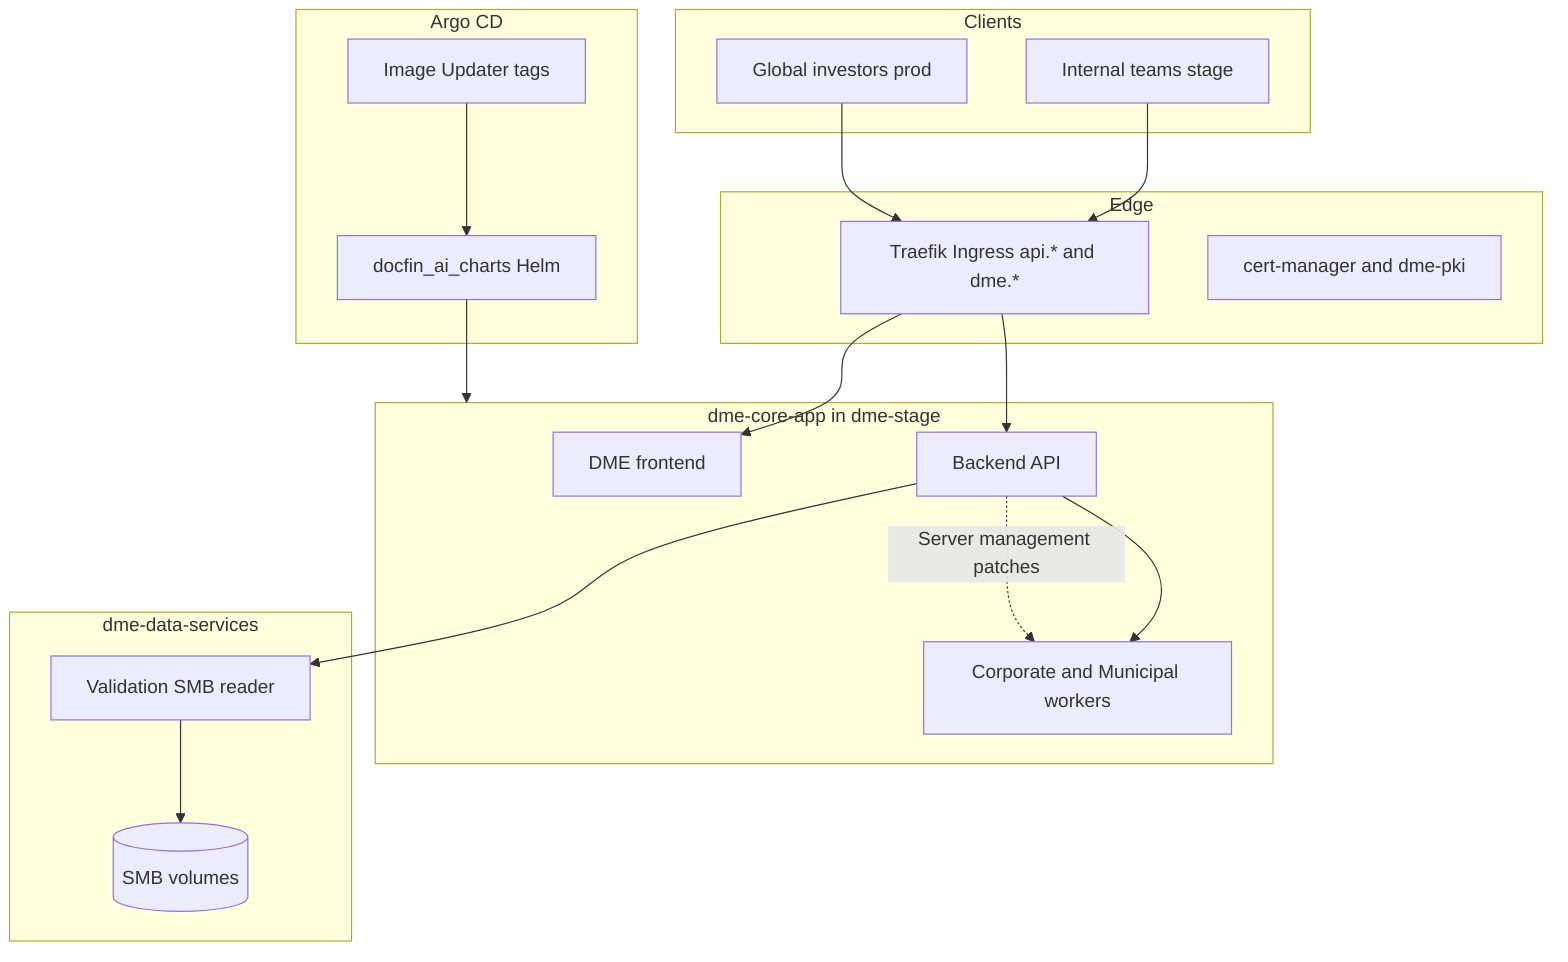
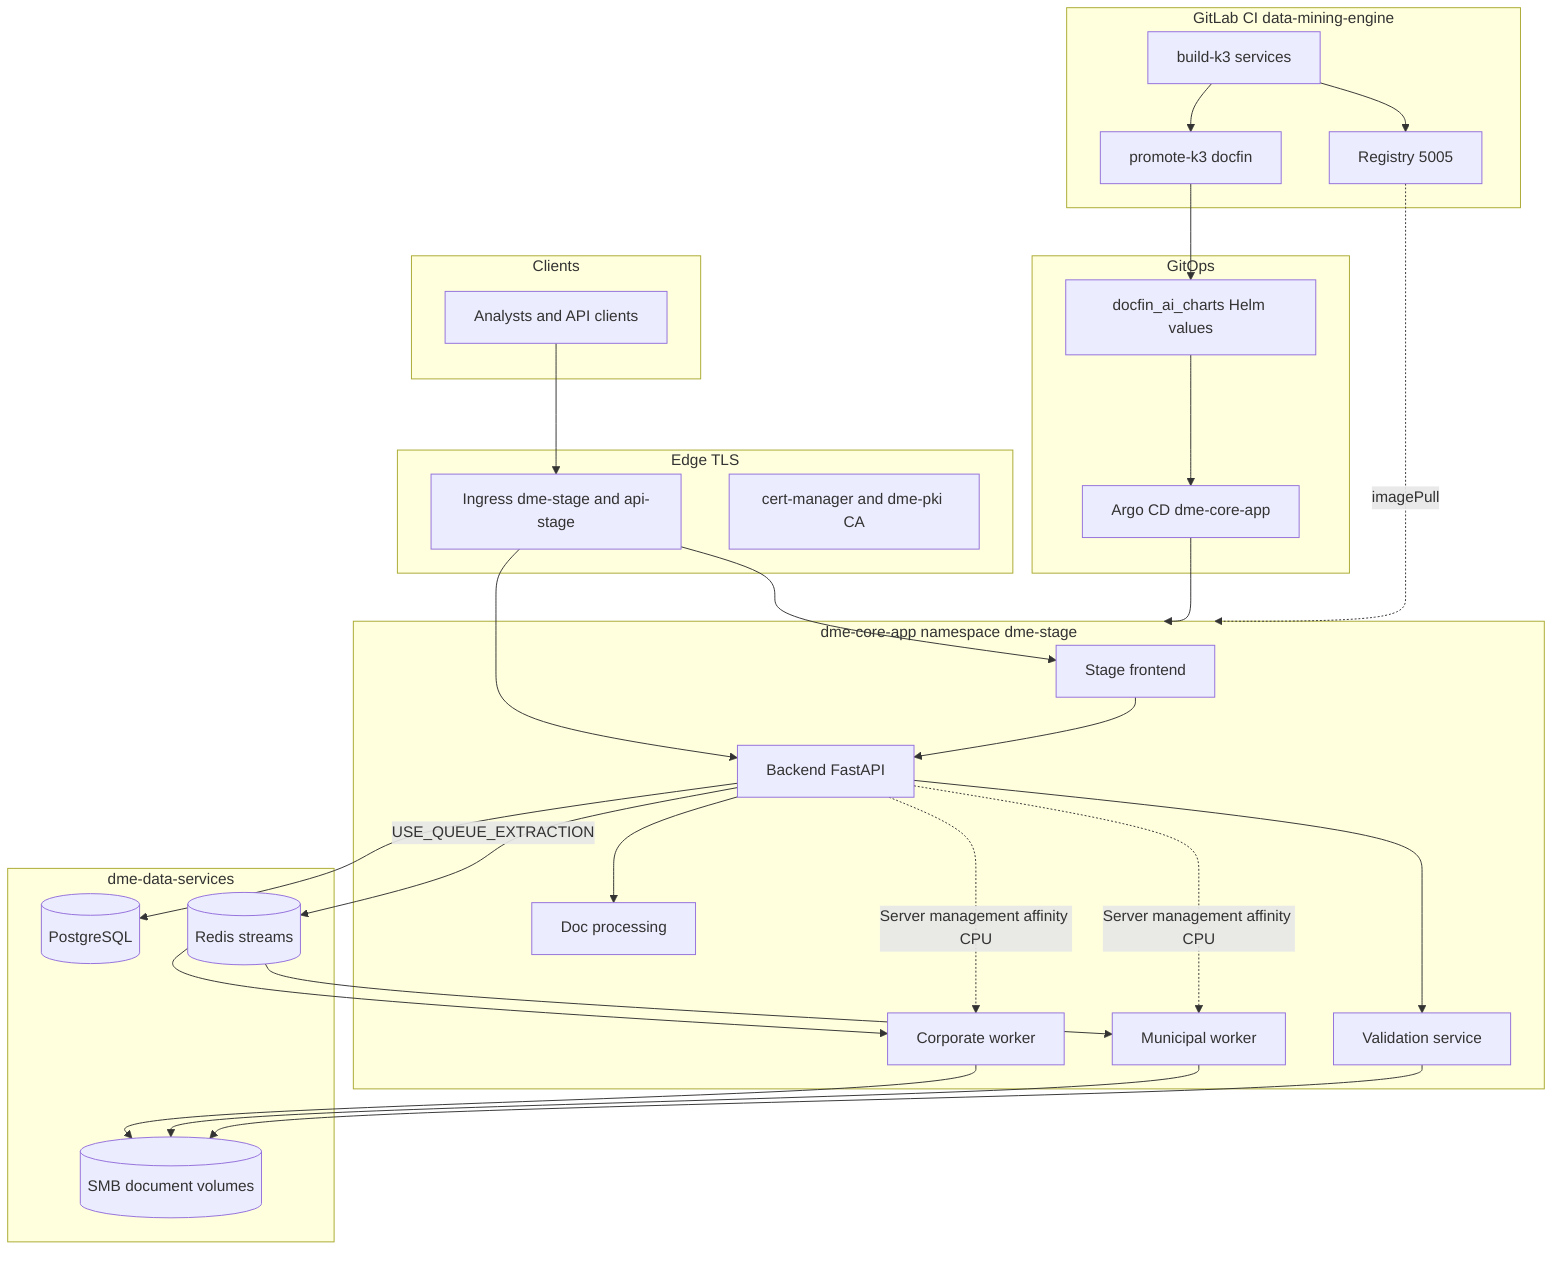
flowchart TB
  subgraph clients [Clients]
-     InternalTeams[Internal teams stage]
-     FutureInvestors[Global investors prod]
+     Users[Analysts and API clients]
  end
-   subgraph edge [Edge]
-     Ingress[Traefik Ingress api.* and dme.*]
-     Certs[cert-manager and dme-pki]
+   subgraph edge [Edge TLS]
+     Ingress[Ingress dme-stage and api-stage]
+     Certs[cert-manager and dme-pki CA]
  end
-   subgraph app [dme-core-app in dme-stage]
-     FE[DME frontend]
-     BE[Backend API]
-     Workers[Corporate and Municipal workers]
+   subgraph app [dme-core-app namespace dme-stage]
+     FE[Stage frontend]
+     BE[Backend FastAPI]
+     Corp[Corporate worker]
+     Muni[Municipal worker]
+     ValSvc[Validation service]
+     DocProc[Doc processing]
  end
  subgraph data [dme-data-services]
-     Val[Validation SMB reader]
-     SMB[(SMB volumes)]
+     PG[(PostgreSQL)]
+     Redis[(Redis streams)]
+     SMB[(SMB document volumes)]
  end
-   subgraph gitops [Argo CD]
-     Charts[docfin_ai_charts Helm]
-     Updater[Image Updater tags]
+   subgraph ci [GitLab CI data-mining-engine]
+     Build[build-k3 services]
+     Promote[promote-k3 docfin]
+     Reg[Registry 5005]
  end
-   InternalTeams --> Ingress
-   FutureInvestors --> Ingress
+   subgraph gitops [GitOps]
+     Charts[docfin_ai_charts Helm values]
+     Argo[Argo CD dme-core-app]
+   end
+   Users --> Ingress
  Ingress --> FE
  Ingress --> BE
-   BE --> Workers
-   BE --> Val
-   Val --> SMB
-   Charts --> app
-   Updater --> Charts
-   BE -.->|Server management patches| Workers
+   FE --> BE
+   BE --> PG
+   BE -->|USE_QUEUE_EXTRACTION| Redis
+   Redis --> Corp
+   Redis --> Muni
+   BE --> DocProc
+   BE --> ValSvc
+   Corp --> SMB
+   Muni --> SMB
+   ValSvc --> SMB
+   Build --> Reg
+   Build --> Promote
+   Promote --> Charts
+   Charts --> Argo
+   Argo --> app
+   Reg -.->|imagePull| app
+   BE -.->|Server management affinity CPU| Corp
+   BE -.->|Server management affinity CPU| Muni
